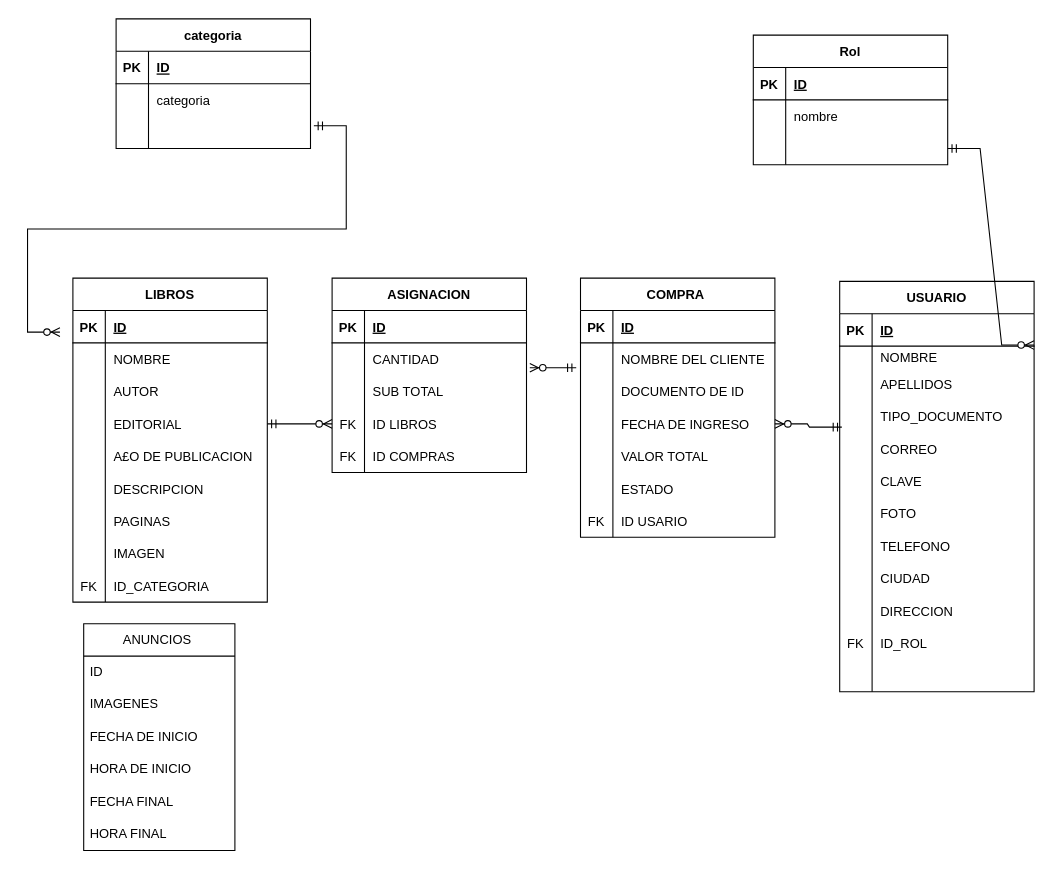
This is Untitled Diagram.drawio from WilmaraRuizD/WLANS-BOOK-store, a draw.io file, before an edit. Source tidied: cells renumbered, new cells numbered last; positions are measured from the earlier drawing's top-left corner, leaving out a move shared by most shapes. Both pictures are drawn from the tidied source at 108%, with x=0, y=0 at pixel (59, 18).
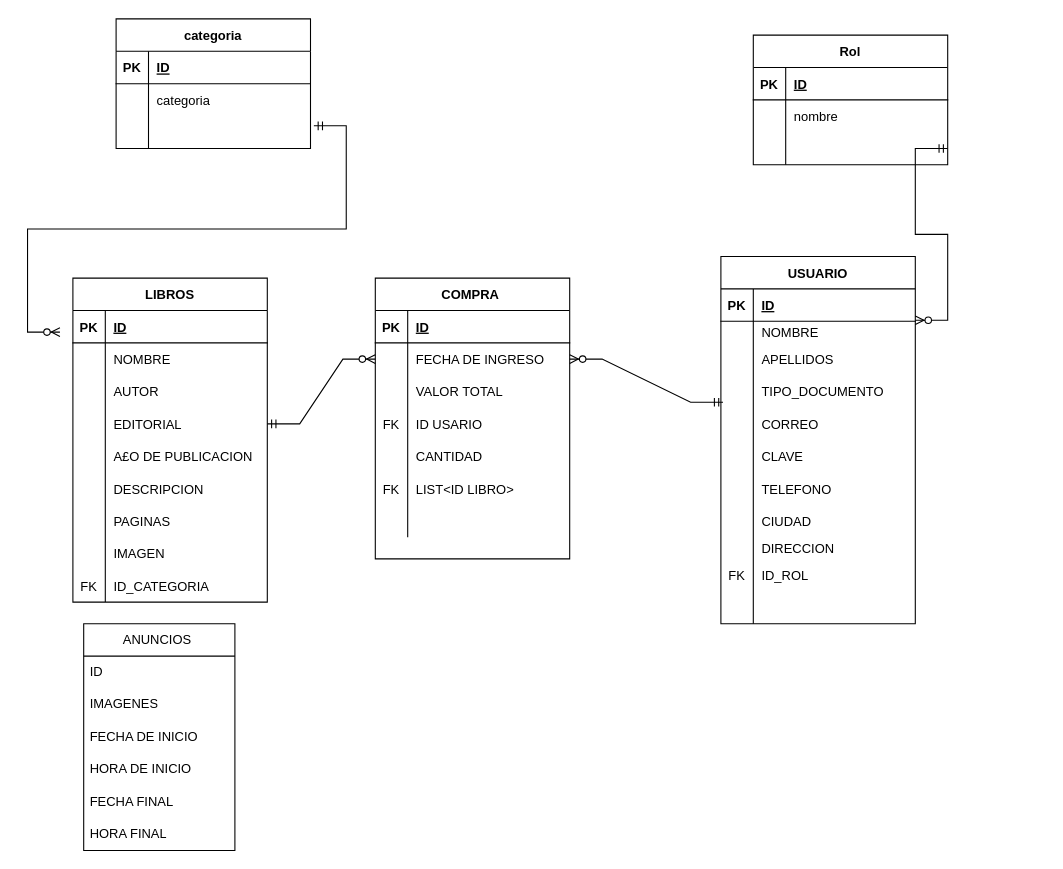
The same page after the edit.

The change refers to these unchanged cells:
```xml
<mxCell id="94" style="shape=tableRow;horizontal=0;startSize=0;swimlaneHead=0;swimlaneBody=0;fillColor=none;points=[[0,0.5],[1,0.5]];portConstraint=eastwest;top=0;left=0;right=0;bottom=0;" parent="84" vertex="1">
  <mxGeometry y="120" width="180" height="30" as="geometry" />
</mxCell>
```

Change to the diagram source:
```diff
@@
     <mxCell id="9" value="USUARIO" style="shape=table;startSize=30;childLayout=tableLayout;rowLines=0;fontStyle=1;align=center;" parent="1" vertex="1">
-      <mxGeometry x="722" y="243" width="180" height="380" as="geometry" />
+      <mxGeometry x="612" y="220" width="180" height="340" as="geometry" />
     </mxCell>
@@
-    <mxCell id="28" style="shape=tableRow;horizontal=0;startSize=0;swimlaneHead=0;swimlaneBody=0;fillColor=none;top=0;left=0;right=0;bottom=0;" parent="9" vertex="1">
-      <mxGeometry y="200" width="180" height="30" as="geometry" />
-    </mxCell>
-    <mxCell id="29" style="shape=partialRectangle;fillColor=none;top=0;left=0;bottom=0;right=0;overflow=hidden;" parent="28" vertex="1">
-      <mxGeometry width="30" height="30" as="geometry" />
-    </mxCell>
-    <mxCell id="30" value="FOTO" style="shape=partialRectangle;fillColor=none;top=0;left=0;bottom=0;right=0;align=left;spacingLeft=6;overflow=hidden;" parent="28" vertex="1">
-      <mxGeometry x="30" width="150" height="30" as="geometry" />
-    </mxCell>
     <mxCell id="31" style="shape=tableRow;horizontal=0;startSize=0;swimlaneHead=0;swimlaneBody=0;fillColor=none;top=0;left=0;right=0;bottom=0;" parent="9" vertex="1">
-      <mxGeometry y="230" width="180" height="30" as="geometry" />
+      <mxGeometry y="200" width="180" height="30" as="geometry" />
     </mxCell>
@@
     <mxCell id="34" style="shape=tableRow;horizontal=0;startSize=0;swimlaneHead=0;swimlaneBody=0;fillColor=none;top=0;left=0;right=0;bottom=0;" parent="9" vertex="1">
-      <mxGeometry y="260" width="180" height="30" as="geometry" />
+      <mxGeometry y="230" width="180" height="30" as="geometry" />
     </mxCell>
@@
     <mxCell id="37" style="shape=tableRow;horizontal=0;startSize=0;swimlaneHead=0;swimlaneBody=0;fillColor=none;top=0;left=0;right=0;bottom=0;" parent="9" vertex="1">
-      <mxGeometry y="290" width="180" height="30" as="geometry" />
+      <mxGeometry y="260" width="180" height="20" as="geometry" />
     </mxCell>
     <mxCell id="38" style="shape=partialRectangle;fillColor=none;top=0;left=0;bottom=0;right=0;overflow=hidden;" parent="37" vertex="1">
-      <mxGeometry width="30" height="30" as="geometry" />
+      <mxGeometry width="30" height="20" as="geometry" />
     </mxCell>
     <mxCell id="39" value="DIRECCION" style="shape=partialRectangle;fillColor=none;top=0;left=0;bottom=0;right=0;align=left;spacingLeft=6;overflow=hidden;" parent="37" vertex="1">
-      <mxGeometry x="30" width="150" height="30" as="geometry" />
+      <mxGeometry x="30" width="150" height="20" as="geometry" />
     </mxCell>
     <mxCell id="40" style="shape=tableRow;horizontal=0;startSize=0;swimlaneHead=0;swimlaneBody=0;fillColor=none;top=0;left=0;right=0;bottom=0;" parent="9" vertex="1">
-      <mxGeometry y="320" width="180" height="30" as="geometry" />
+      <mxGeometry y="280" width="180" height="30" as="geometry" />
     </mxCell>
@@
     <mxCell id="43" style="shape=tableRow;horizontal=0;startSize=0;swimlaneHead=0;swimlaneBody=0;fillColor=none;top=0;left=0;right=0;bottom=0;" parent="9" vertex="1">
-      <mxGeometry y="350" width="180" height="30" as="geometry" />
+      <mxGeometry y="310" width="180" height="30" as="geometry" />
     </mxCell>
@@
     <mxCell id="46" value="COMPRA " style="shape=table;startSize=30;childLayout=tableLayout;rowLines=0;fontStyle=1;align=center;" parent="1" vertex="1">
-      <mxGeometry x="482" y="240" width="180" height="240" as="geometry" />
+      <mxGeometry x="292" y="240" width="180" height="260" as="geometry" />
     </mxCell>
@@
-    <mxCell id="50" style="shape=tableRow;horizontal=0;startSize=0;swimlaneHead=0;swimlaneBody=0;fillColor=none;points=[[0,0.5],[1,0.5]];portConstraint=eastwest;top=0;left=0;right=0;bottom=0;" parent="46" vertex="1">
-      <mxGeometry y="60" width="180" height="30" as="geometry" />
-    </mxCell>
-    <mxCell id="51" style="shape=partialRectangle;fillColor=none;top=0;left=0;bottom=0;right=0;overflow=hidden;" parent="50" vertex="1">
-      <mxGeometry width="30" height="30" as="geometry" />
-    </mxCell>
-    <mxCell id="52" value="NOMBRE DEL CLIENTE" style="shape=partialRectangle;fillColor=none;top=0;left=0;bottom=0;right=0;align=left;spacingLeft=6;overflow=hidden;" parent="50" vertex="1">
-      <mxGeometry x="30" width="150" height="30" as="geometry" />
-    </mxCell>
-    <mxCell id="53" style="shape=tableRow;horizontal=0;startSize=0;swimlaneHead=0;swimlaneBody=0;fillColor=none;top=0;left=0;right=0;bottom=0;" parent="46" vertex="1">
-      <mxGeometry y="90" width="180" height="30" as="geometry" />
-    </mxCell>
-    <mxCell id="54" style="shape=partialRectangle;fillColor=none;top=0;left=0;bottom=0;right=0;overflow=hidden;" parent="53" vertex="1">
-      <mxGeometry width="30" height="30" as="geometry" />
-    </mxCell>
-    <mxCell id="55" value="DOCUMENTO DE ID" style="shape=partialRectangle;fillColor=none;top=0;left=0;bottom=0;right=0;align=left;spacingLeft=6;overflow=hidden;" parent="53" vertex="1">
-      <mxGeometry x="30" width="150" height="30" as="geometry" />
-    </mxCell>
     <mxCell id="56" style="shape=tableRow;horizontal=0;startSize=0;swimlaneHead=0;swimlaneBody=0;fillColor=none;points=[[0,0.5],[1,0.5]];portConstraint=eastwest;top=0;left=0;right=0;bottom=0;" parent="46" vertex="1">
-      <mxGeometry y="120" width="180" height="30" as="geometry" />
+      <mxGeometry y="60" width="180" height="30" as="geometry" />
     </mxCell>
@@
     <mxCell id="59" style="shape=tableRow;horizontal=0;startSize=0;swimlaneHead=0;swimlaneBody=0;fillColor=none;top=0;left=0;right=0;bottom=0;" parent="46" vertex="1">
-      <mxGeometry y="150" width="180" height="30" as="geometry" />
+      <mxGeometry y="90" width="180" height="30" as="geometry" />
     </mxCell>
@@
-    <mxCell id="62" style="shape=tableRow;horizontal=0;startSize=0;swimlaneHead=0;swimlaneBody=0;fillColor=none;top=0;left=0;right=0;bottom=0;" parent="46" vertex="1">
-      <mxGeometry y="180" width="180" height="30" as="geometry" />
-    </mxCell>
-    <mxCell id="63" style="shape=partialRectangle;fillColor=none;top=0;left=0;bottom=0;right=0;overflow=hidden;" parent="62" vertex="1">
-      <mxGeometry width="30" height="30" as="geometry" />
-    </mxCell>
-    <mxCell id="64" value="ESTADO " style="shape=partialRectangle;fillColor=none;top=0;left=0;bottom=0;right=0;align=left;spacingLeft=6;overflow=hidden;" parent="62" vertex="1">
-      <mxGeometry x="30" width="150" height="30" as="geometry" />
-    </mxCell>
     <mxCell id="65" style="shape=tableRow;horizontal=0;startSize=0;swimlaneHead=0;swimlaneBody=0;fillColor=none;top=0;left=0;right=0;bottom=0;" parent="46" vertex="1">
-      <mxGeometry y="210" width="180" height="30" as="geometry" />
+      <mxGeometry y="120" width="180" height="30" as="geometry" />
     </mxCell>
@@
-    <mxCell id="68" value="ASIGNACION" style="shape=table;startSize=30;childLayout=tableLayout;rowLines=0;fontStyle=1;align=center;" parent="1" vertex="1">
-      <mxGeometry x="252" y="240" width="180" height="180" as="geometry" />
-    </mxCell>
-    <mxCell id="69" style="shape=tableRow;horizontal=0;startSize=0;swimlaneHead=0;swimlaneBody=0;fillColor=none;top=0;left=0;right=0;bottom=1;" parent="68" vertex="1">
-      <mxGeometry y="30" width="180" height="30" as="geometry" />
-    </mxCell>
-    <mxCell id="70" value="PK" style="shape=partialRectangle;fillColor=none;top=0;left=0;bottom=0;right=0;fontStyle=1;overflow=hidden;" parent="69" vertex="1">
-      <mxGeometry width="30" height="30" as="geometry" />
-    </mxCell>
-    <mxCell id="71" value="ID" style="shape=partialRectangle;fillColor=none;top=0;left=0;bottom=0;right=0;align=left;spacingLeft=6;fontStyle=5;overflow=hidden;" parent="69" vertex="1">
-      <mxGeometry x="30" width="150" height="30" as="geometry" />
-    </mxCell>
-    <mxCell id="72" style="shape=tableRow;horizontal=0;startSize=0;swimlaneHead=0;swimlaneBody=0;fillColor=none;points=[[0,0.5],[1,0.5]];portConstraint=eastwest;top=0;left=0;right=0;bottom=0;" parent="68" vertex="1">
-      <mxGeometry y="60" width="180" height="30" as="geometry" />
-    </mxCell>
-    <mxCell id="73" style="shape=partialRectangle;fillColor=none;top=0;left=0;bottom=0;right=0;overflow=hidden;" parent="72" vertex="1">
-      <mxGeometry width="30" height="30" as="geometry" />
-    </mxCell>
+    <mxCell id="81" style="shape=tableRow;horizontal=0;startSize=0;swimlaneHead=0;swimlaneBody=0;fillColor=none;top=0;left=0;right=0;bottom=0;" parent="46" vertex="1">
+      <mxGeometry y="150" width="180" height="30" as="geometry" />
+    </mxCell>
+    <mxCell id="137" style="shape=partialRectangle;fillColor=none;top=0;left=0;bottom=0;right=0;overflow=hidden;" parent="81" vertex="1">
+      <mxGeometry width="30" height="30" as="geometry" />
+    </mxCell>
-    <mxCell id="74" value="CANTIDAD" style="shape=partialRectangle;fillColor=none;top=0;left=0;bottom=0;right=0;align=left;spacingLeft=6;overflow=hidden;" parent="72" vertex="1">
+    <mxCell id="74" value="CANTIDAD " style="shape=partialRectangle;fillColor=none;top=0;left=0;bottom=0;right=0;align=left;spacingLeft=6;overflow=hidden;" parent="81" vertex="1">
       <mxGeometry x="30" width="150" height="30" as="geometry" />
     </mxCell>
-    <mxCell id="75" style="shape=tableRow;horizontal=0;startSize=0;swimlaneHead=0;swimlaneBody=0;fillColor=none;top=0;left=0;right=0;bottom=0;" parent="68" vertex="1">
-      <mxGeometry y="90" width="180" height="30" as="geometry" />
-    </mxCell>
-    <mxCell id="76" style="shape=partialRectangle;fillColor=none;top=0;left=0;bottom=0;right=0;overflow=hidden;" parent="75" vertex="1">
-      <mxGeometry width="30" height="30" as="geometry" />
-    </mxCell>
-    <mxCell id="77" value="SUB TOTAL " style="shape=partialRectangle;fillColor=none;top=0;left=0;bottom=0;right=0;align=left;spacingLeft=6;overflow=hidden;" parent="75" vertex="1">
-      <mxGeometry x="30" width="150" height="30" as="geometry" />
-    </mxCell>
-    <mxCell id="78" style="shape=tableRow;horizontal=0;startSize=0;swimlaneHead=0;swimlaneBody=0;fillColor=none;points=[[0,0.5],[1,0.5]];portConstraint=eastwest;top=0;left=0;right=0;bottom=0;" parent="68" vertex="1">
-      <mxGeometry y="120" width="180" height="30" as="geometry" />
-    </mxCell>
-    <mxCell id="79" value="FK" style="shape=partialRectangle;fillColor=none;top=0;left=0;bottom=0;right=0;overflow=hidden;" parent="78" vertex="1">
-      <mxGeometry width="30" height="30" as="geometry" />
-    </mxCell>
-    <mxCell id="80" value="ID LIBROS" style="shape=partialRectangle;fillColor=none;top=0;left=0;bottom=0;right=0;align=left;spacingLeft=6;overflow=hidden;" parent="78" vertex="1">
-      <mxGeometry x="30" width="150" height="30" as="geometry" />
-    </mxCell>
-    <mxCell id="81" style="shape=tableRow;horizontal=0;startSize=0;swimlaneHead=0;swimlaneBody=0;fillColor=none;top=0;left=0;right=0;bottom=0;" parent="68" vertex="1">
-      <mxGeometry y="150" width="180" height="30" as="geometry" />
-    </mxCell>
-    <mxCell id="82" value="FK" style="shape=partialRectangle;fillColor=none;top=0;left=0;bottom=0;right=0;overflow=hidden;" parent="81" vertex="1">
-      <mxGeometry width="30" height="30" as="geometry" />
-    </mxCell>
-    <mxCell id="83" value="ID COMPRAS " style="shape=partialRectangle;fillColor=none;top=0;left=0;bottom=0;right=0;align=left;spacingLeft=6;overflow=hidden;" parent="81" vertex="1">
-      <mxGeometry x="30" width="150" height="30" as="geometry" />
-    </mxCell>
+    <mxCell id="62" style="shape=tableRow;horizontal=0;startSize=0;swimlaneHead=0;swimlaneBody=0;fillColor=none;top=0;left=0;right=0;bottom=0;" parent="46" vertex="1">
+      <mxGeometry y="180" width="180" height="30" as="geometry" />
+    </mxCell>
+    <mxCell id="138" value="FK" style="shape=partialRectangle;fillColor=none;top=0;left=0;bottom=0;right=0;overflow=hidden;" parent="62" vertex="1">
+      <mxGeometry width="30" height="30" as="geometry" />
+    </mxCell>
+    <mxCell id="139" value="LIST&lt;ID LIBRO&gt;" style="shape=partialRectangle;fillColor=none;top=0;left=0;bottom=0;right=0;align=left;spacingLeft=6;overflow=hidden;" parent="62" vertex="1">
+      <mxGeometry x="30" width="150" height="30" as="geometry" />
+    </mxCell>
+    <mxCell id="140" style="shape=tableRow;horizontal=0;startSize=0;swimlaneHead=0;swimlaneBody=0;fillColor=none;top=0;left=0;right=0;bottom=0;" parent="46" vertex="1">
+      <mxGeometry y="210" width="180" height="30" as="geometry" />
+    </mxCell>
+    <mxCell id="141" style="shape=partialRectangle;fillColor=none;top=0;left=0;bottom=0;right=0;overflow=hidden;" parent="140" vertex="1">
+      <mxGeometry width="30" height="30" as="geometry" />
+    </mxCell>
+    <mxCell id="142" style="shape=partialRectangle;fillColor=none;top=0;left=0;bottom=0;right=0;align=left;spacingLeft=6;overflow=hidden;" parent="140" vertex="1">
+      <mxGeometry x="30" width="150" height="30" as="geometry" />
+    </mxCell>
@@
-    <mxCell id="112" style="edgeStyle=entityRelationEdgeStyle;fontSize=12;html=1;endArrow=ERzeroToMany;startArrow=ERmandOne;rounded=0;exitX=-0.022;exitY=0.767;exitDx=0;exitDy=0;entryX=1.017;entryY=0.767;entryDx=0;entryDy=0;entryPerimeter=0;exitPerimeter=0;" parent="1" edge="1" source="50" target="72">
-      <mxGeometry relative="1" as="geometry" />
-    </mxCell>
-    <mxCell id="113" style="edgeStyle=entityRelationEdgeStyle;fontSize=12;html=1;endArrow=ERzeroToMany;startArrow=ERmandOne;rounded=0;exitX=1;exitY=0.5;exitDx=0;exitDy=0;entryX=0;entryY=0.5;entryDx=0;entryDy=0;" parent="1" edge="1" source="94" target="78">
+    <mxCell id="113" style="edgeStyle=entityRelationEdgeStyle;fontSize=12;html=1;endArrow=ERzeroToMany;startArrow=ERmandOne;rounded=0;exitX=1;exitY=0.5;exitDx=0;exitDy=0;entryX=0;entryY=0.5;entryDx=0;entryDy=0;" parent="1" edge="1" source="94" target="56">
       <mxGeometry relative="1" as="geometry" />
     </mxCell>
```
